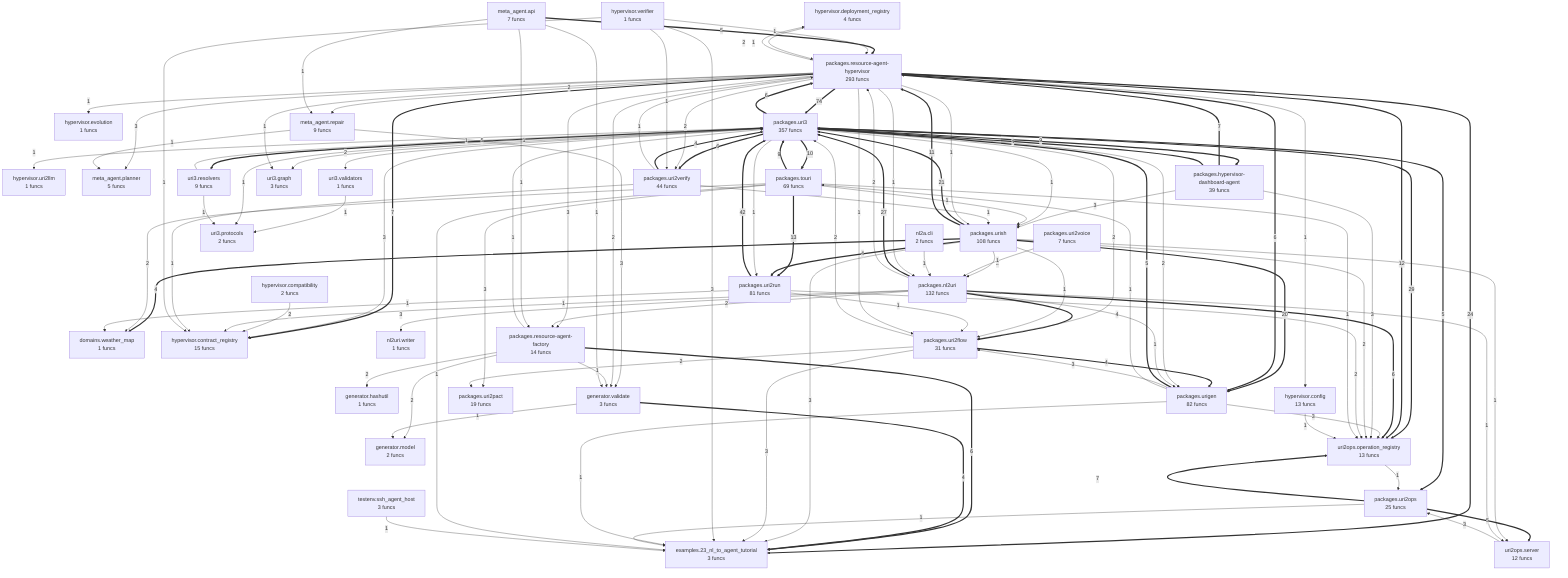
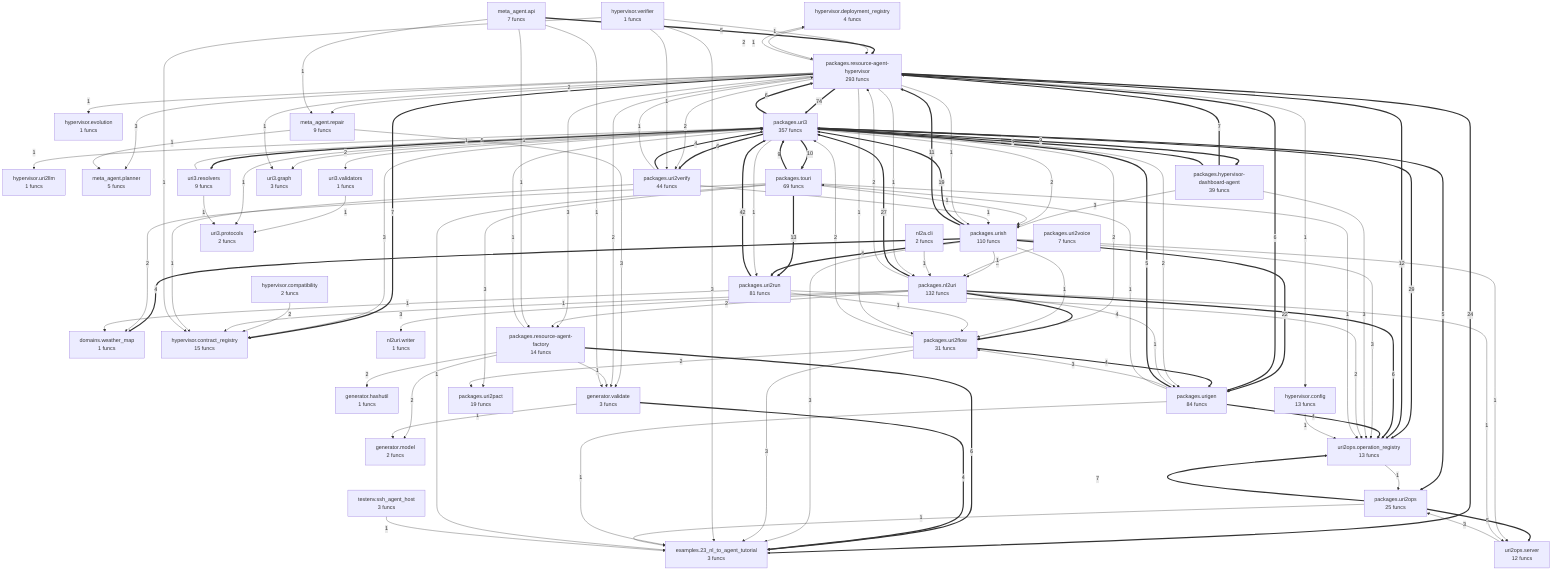
flowchart TD
- %% generated in 0.24s
+ %% generated in 0.13s
    domains__weather_map["domains.weather_map<br/>1 funcs"]
    examples__23_nl_to_agent_tutorial["examples.23_nl_to_agent_tutorial<br/>3 funcs"]
    generator__hashutil["generator.hashutil<br/>1 funcs"]
    generator__model["generator.model<br/>2 funcs"]
    generator__validate["generator.validate<br/>3 funcs"]
    hypervisor__compatibility["hypervisor.compatibility<br/>2 funcs"]
    hypervisor__config["hypervisor.config<br/>13 funcs"]
    hypervisor__contract_registry["hypervisor.contract_registry<br/>15 funcs"]
    hypervisor__deployment_registry["hypervisor.deployment_registry<br/>4 funcs"]
    hypervisor__evolution["hypervisor.evolution<br/>1 funcs"]
    hypervisor__uri2llm["hypervisor.uri2llm<br/>1 funcs"]
    hypervisor__verifier["hypervisor.verifier<br/>1 funcs"]
    meta_agent__api["meta_agent.api<br/>7 funcs"]
    meta_agent__planner["meta_agent.planner<br/>5 funcs"]
    meta_agent__repair["meta_agent.repair<br/>9 funcs"]
    nl2a__cli["nl2a.cli<br/>2 funcs"]
    nl2uri__writer["nl2uri.writer<br/>1 funcs"]
    packages__hypervisor_dashboard_agent["packages.hypervisor-dashboard-agent<br/>39 funcs"]
    packages__nl2uri["packages.nl2uri<br/>132 funcs"]
    packages__resource_agent_factory["packages.resource-agent-factory<br/>14 funcs"]
    packages__resource_agent_hypervisor["packages.resource-agent-hypervisor<br/>293 funcs"]
    packages__touri["packages.touri<br/>69 funcs"]
    packages__uri2flow["packages.uri2flow<br/>31 funcs"]
    packages__uri2ops["packages.uri2ops<br/>25 funcs"]
    packages__uri2pact["packages.uri2pact<br/>19 funcs"]
    packages__uri2run["packages.uri2run<br/>81 funcs"]
    packages__uri2verify["packages.uri2verify<br/>44 funcs"]
    packages__uri2voice["packages.uri2voice<br/>7 funcs"]
    packages__uri3["packages.uri3<br/>357 funcs"]
-     packages__urigen["packages.urigen<br/>82 funcs"]
-     packages__urish["packages.urish<br/>108 funcs"]
+     packages__urigen["packages.urigen<br/>84 funcs"]
+     packages__urish["packages.urish<br/>110 funcs"]
    testenv__ssh_agent_host["testenv.ssh_agent_host<br/>3 funcs"]
    uri2ops__operation_registry["uri2ops.operation_registry<br/>13 funcs"]
    uri2ops__server["uri2ops.server<br/>12 funcs"]
    uri3__graph["uri3.graph<br/>3 funcs"]
    uri3__protocols["uri3.protocols<br/>2 funcs"]
    uri3__resolvers["uri3.resolvers<br/>9 funcs"]
    uri3__validators["uri3.validators<br/>1 funcs"]
    packages__resource_agent_hypervisor ==>|74| packages__uri3
    packages__uri2run ==>|42| packages__uri3
    packages__uri3 ==>|29| uri2ops__operation_registry
    packages__nl2uri ==>|27| packages__uri3
    packages__resource_agent_hypervisor ==>|24| examples__23_nl_to_agent_tutorial
-     packages__urish ==>|21| packages__uri3
-     packages__urish ==>|20| packages__urigen
+     packages__urish ==>|22| packages__urigen
+     packages__urish ==>|19| packages__uri3
    packages__touri ==>|13| packages__uri2run
    packages__resource_agent_hypervisor ==>|12| uri2ops__operation_registry
    packages__urish ==>|11| packages__resource_agent_hypervisor
    packages__uri3 ==>|10| packages__touri
    packages__uri3 ==>|9| packages__hypervisor_dashboard_agent
    packages__touri ==>|9| packages__uri3
    packages__uri2ops ==>|7| uri2ops__operation_registry
    packages__hypervisor_dashboard_agent ==>|7| packages__resource_agent_hypervisor
    packages__resource_agent_hypervisor ==>|7| hypervisor__contract_registry
    packages__uri3 ==>|6| packages__resource_agent_hypervisor
    packages__uri3 ==>|6| packages__uri2verify
    packages__resource_agent_factory ==>|6| examples__23_nl_to_agent_tutorial
    packages__nl2uri ==>|6| uri2ops__operation_registry
    packages__resource_agent_hypervisor ==>|6| packages__urigen
    packages__urigen ==>|5| packages__uri3
    packages__uri2ops ==>|5| uri2ops__server
    packages__uri3 ==>|5| packages__uri2ops
    packages__uri3 ==>|5| uri3__resolvers
    meta_agent__api ==>|5| packages__resource_agent_hypervisor
    packages__urish ==>|4| packages__uri2run
    packages__urish ==>|4| domains__weather_map
+     packages__urigen ==>|4| uri2ops__operation_registry
    packages__hypervisor_dashboard_agent ==>|4| packages__uri3
    packages__uri2flow ==>|4| packages__urigen
    generator__validate ==>|4| examples__23_nl_to_agent_tutorial
    packages__nl2uri ==>|4| packages__uri2flow
    packages__uri2verify ==>|4| packages__uri3
+     packages__urish -->|3| uri2ops__operation_registry
    packages__urish -->|3| examples__23_nl_to_agent_tutorial
    packages__urigen -->|3| packages__uri2flow
-     packages__urigen -->|3| uri2ops__operation_registry
    uri2ops__server -->|3| packages__uri2ops
    packages__uri3 -->|3| hypervisor__contract_registry
    packages__hypervisor_dashboard_agent -->|3| packages__urish
    packages__hypervisor_dashboard_agent -->|3| uri2ops__operation_registry
    packages__uri2flow -->|3| examples__23_nl_to_agent_tutorial
    packages__touri -->|3| packages__uri2pact
    packages__nl2uri -->|3| nl2uri__writer
    packages__resource_agent_hypervisor -->|3| meta_agent__planner
    packages__resource_agent_hypervisor -->|3| packages__resource_agent_factory
    meta_agent__repair -->|3| generator__validate
    hypervisor__verifier -->|3| examples__23_nl_to_agent_tutorial
-     packages__urish -->|2| uri2ops__operation_registry
    packages__urish -->|2| packages__nl2uri
    packages__uri3 -->|2| uri3__validators
+     packages__uri3 -->|2| packages__urish
    packages__uri3 -->|2| packages__uri2flow
    packages__uri3 -->|2| packages__urigen
    packages__uri2flow -->|2| packages__uri3
    packages__uri2flow -->|2| packages__uri2pact
    packages__touri -->|2| domains__weather_map
    packages__uri2run -->|2| uri2ops__operation_registry
    packages__resource_agent_factory -->|2| generator__model
    packages__resource_agent_factory -->|2| generator__hashutil
    packages__nl2uri -->|2| packages__resource_agent_hypervisor
    packages__nl2uri -->|2| packages__resource_agent_factory
    packages__resource_agent_hypervisor -->|2| generator__validate
    packages__resource_agent_hypervisor -->|2| meta_agent__repair
    packages__resource_agent_hypervisor -->|2| packages__uri2verify
    packages__resource_agent_hypervisor -->|2| hypervisor__deployment_registry
    hypervisor__compatibility -->|2| hypervisor__contract_registry
    packages__urish -->|1| uri2ops__server
    packages__urish -->|1| packages__uri2flow
    packages__urigen -->|1| examples__23_nl_to_agent_tutorial
    packages__urigen -->|1| packages__touri
    packages__uri2ops -->|1| examples__23_nl_to_agent_tutorial
    uri2ops__operation_registry -->|1| packages__uri2ops
-     packages__uri3 -->|1| packages__urish
    uri3__validators -->|1| uri3__protocols
    packages__uri3 -->|1| uri3__graph
    packages__uri3 -->|1| uri3__protocols
    packages__uri3 -->|1| hypervisor__uri2llm
    uri3__resolvers -->|1| packages__uri3
    uri3__resolvers -->|1| uri3__protocols
    packages__uri3 -->|1| packages__uri2run
    packages__touri -->|1| examples__23_nl_to_agent_tutorial
    packages__touri -->|1| packages__urish
    packages__touri -->|1| uri2ops__operation_registry
    packages__uri2voice -->|1| packages__nl2uri
    packages__uri2run -->|1| domains__weather_map
    packages__uri2run -->|1| packages__uri2flow
    generator__validate -->|1| generator__model
    packages__resource_agent_factory -->|1| packages__uri3
    packages__resource_agent_factory -->|1| generator__validate
    packages__nl2uri -->|1| uri2ops__server
    packages__nl2uri -->|1| hypervisor__contract_registry
    packages__nl2uri -->|1| packages__urigen
    nl2a__cli -->|1| packages__nl2uri
    packages__uri2verify -->|1| hypervisor__contract_registry
    packages__uri2verify -->|1| packages__resource_agent_hypervisor
    packages__uri2verify -->|1| packages__urish
    packages__resource_agent_hypervisor -->|1| packages__uri2flow
    meta_agent__api -->|1| generator__validate
    meta_agent__api -->|1| meta_agent__repair
    meta_agent__api -->|1| packages__resource_agent_factory
    meta_agent__repair -->|1| meta_agent__planner
    packages__resource_agent_hypervisor -->|1| packages__urish
    hypervisor__verifier -->|1| hypervisor__contract_registry
    hypervisor__verifier -->|1| packages__resource_agent_hypervisor
    hypervisor__verifier -->|1| packages__uri2verify
    packages__resource_agent_hypervisor -->|1| hypervisor__config
    hypervisor__config -->|1| uri2ops__operation_registry
    packages__resource_agent_hypervisor -->|1| hypervisor__evolution
    packages__resource_agent_hypervisor -->|1| uri3__graph
    packages__resource_agent_hypervisor -->|1| packages__nl2uri
    hypervisor__deployment_registry -->|1| packages__resource_agent_hypervisor
    testenv__ssh_agent_host -->|1| examples__23_nl_to_agent_tutorial
